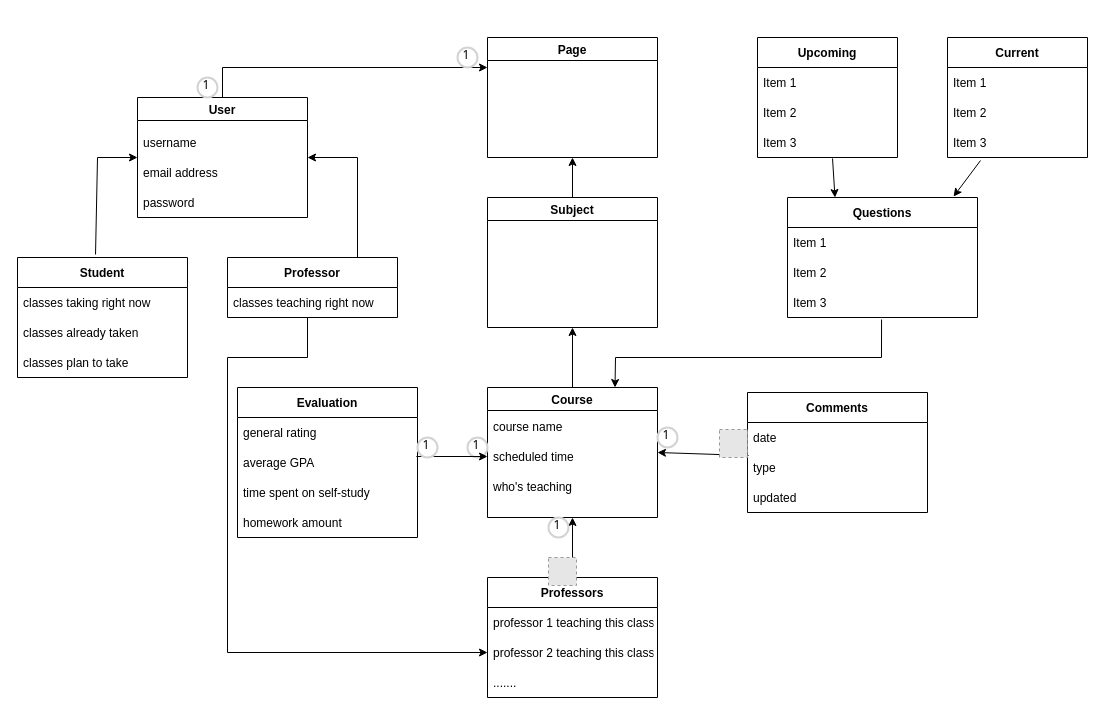
This is Domain Model.drawio from I-Dont-Want-An-F/Project, a draw.io file, before an edit. Source tidied: cells renumbered, new cells numbered last; positions are measured from the earlier drawing's top-left corner, leaving out a move shared by most shapes. Both pictures are drawn from the tidied source at 100%, with x=0, y=0 at pixel (17, 37). Pictures stored in the file or linked from it are replaced by grey dashed boxes.
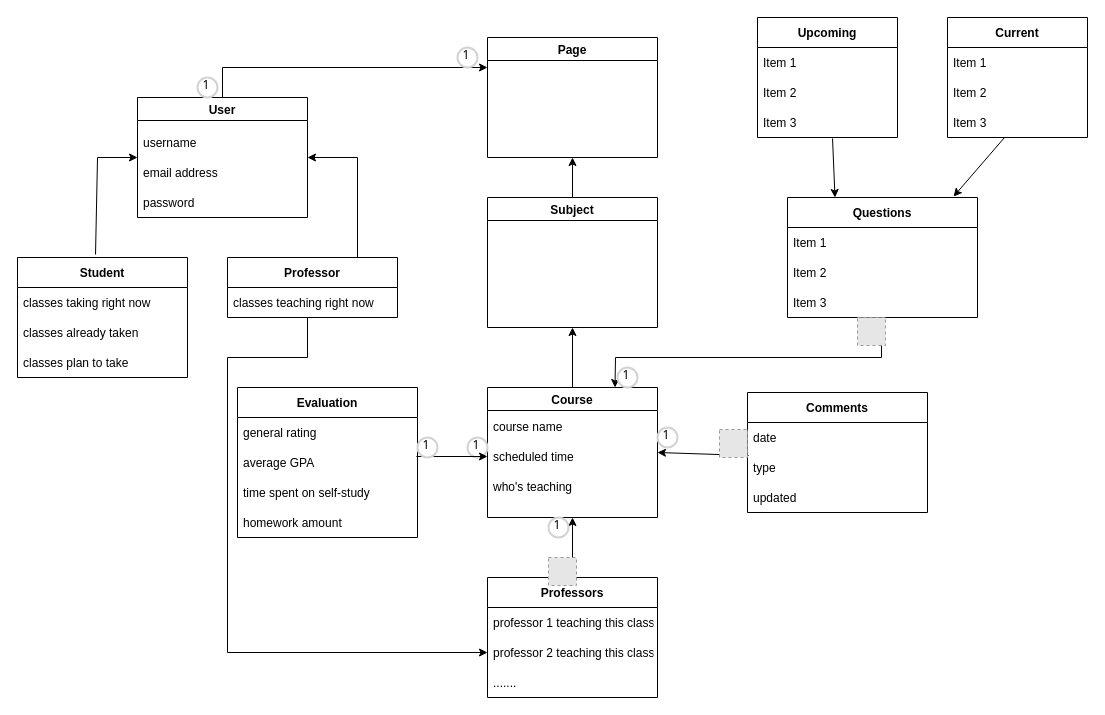
The same diagram, later.

Unchanged cells that the change refers to:
```xml
<mxCell id="27" value="Questions" style="swimlane;fontStyle=1;horizontal=1;startSize=30;" parent="1" vertex="1">
  <mxGeometry x="770" y="160" width="190" height="120" as="geometry" />
</mxCell>
<mxCell id="38" value="Item 3" style="text;strokeColor=none;fillColor=none;align=left;verticalAlign=middle;spacingLeft=4;spacingRight=4;overflow=hidden;points=[[0,0.5],[1,0.5]];portConstraint=eastwest;" parent="35" vertex="1">
  <mxGeometry y="90" width="140" height="30" as="geometry" />
</mxCell>
```

The edit, as a diff of the source:
```diff
@@
     <mxCell id="31" value="Upcoming" style="swimlane;fontStyle=1;horizontal=1;startSize=30;" parent="1" vertex="1">
-      <mxGeometry x="740" width="140" height="120" as="geometry" />
+      <mxGeometry x="740" y="-20" width="140" height="120" as="geometry" />
     </mxCell>
@@
     <mxCell id="35" value="Current" style="swimlane;fontStyle=1;horizontal=1;startSize=30;" parent="1" vertex="1">
-      <mxGeometry x="930" width="140" height="120" as="geometry" />
+      <mxGeometry x="930" y="-20" width="140" height="120" as="geometry" />
     </mxCell>
@@
-    <mxCell id="53" style="endArrow=classic;html=1;rounded=0;exitX=0.236;exitY=1.1;exitDx=0;exitDy=0;exitPerimeter=0;entryX=0.874;entryY=-0.008;entryDx=0;entryDy=0;entryPerimeter=0;" parent="1" edge="1" source="38" target="27">
+    <mxCell id="53" style="endArrow=classic;html=1;rounded=0;entryX=0.874;entryY=-0.008;entryDx=0;entryDy=0;entryPerimeter=0;" parent="1" edge="1" source="38" target="27">
       <mxGeometry relative="1" as="geometry" />
     </mxCell>
@@
+    <mxCell id="63" value="1" style="ellipse;whiteSpace=wrap;html=1;strokeWidth=2;fontFamily=Tahoma;spacingBottom=4;spacingRight=2;strokeColor=#d3d3d3;" parent="1" vertex="1">
+      <mxGeometry x="600" y="330" width="20" height="20" as="geometry" />
+    </mxCell>
+    <mxCell id="64" style="fillColor=#E6E6E6;strokeColor=#999999;dashed=1;html=1;verticalAlign=top;verticalLabelPosition=bottom;labelBackgroundColor=#ffffff;" parent="1" vertex="1">
+      <mxGeometry x="840" y="280" width="28" height="28" as="geometry" />
+    </mxCell>
```
